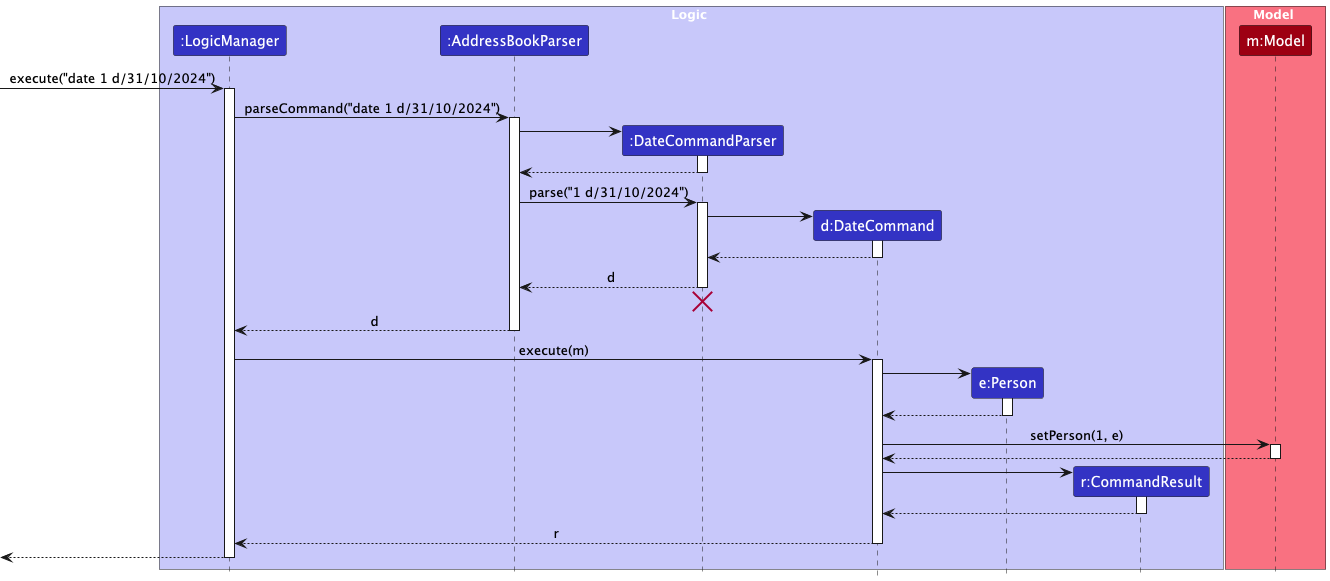
The PlantUML diagram docs/images/DateSequenceDiagram.png in nus-cs2103-AY2425S1/tp, before a commit.
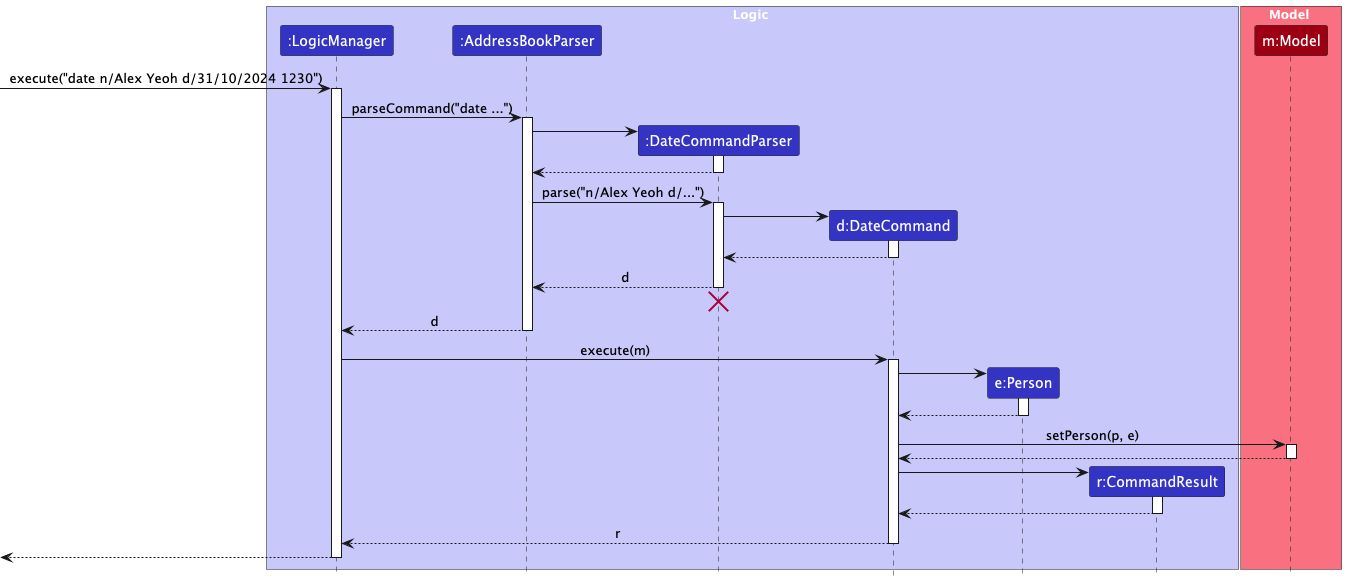
After the commit.

Commit message:
Update wrong label in activity diagram and its description in dg Closes #248

What changed in the source:
```diff
@@ -15,10 +15,10 @@
 participant "m:Model" as Model MODEL_COLOR
 end box
 
-[-> LogicManager : execute("date 1 d/31/10/2024")
+[-> LogicManager : execute("date n/Alex Yeoh d/31/10/2024 1230")
 activate LogicManager
 
-LogicManager -> AddressBookParser : parseCommand("date 1 d/31/10/2024")
+LogicManager -> AddressBookParser : parseCommand("date ...")
 activate AddressBookParser
 
 create DateCommandParser
@@ -28,7 +28,7 @@
 DateCommandParser --> AddressBookParser
 deactivate DateCommandParser
 
-AddressBookParser -> DateCommandParser : parse("1 d/31/10/2024")
+AddressBookParser -> DateCommandParser : parse("n/Alex Yeoh d/...")
 activate DateCommandParser
 
 create DateCommand
@@ -56,7 +56,7 @@
 Person --> DateCommand
 deactivate Person
 
-DateCommand -> Model : setPerson(1, e)
+DateCommand -> Model : setPerson(p, e)
 activate Model
 
 Model --> DateCommand
```
